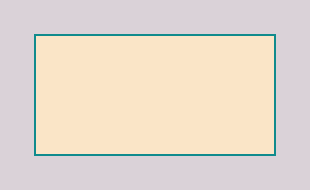
The draw.io diagram 班会发言稿.drawio in cyq2022/drawio, before the edit. Source tidied: cells renumbered, new cells numbered last; positions are measured from the earlier drawing's top-left corner, leaving out a move shared by most shapes. Both pictures are drawn from the tidied source at 200%, with x=0, y=0 at pixel (34, 34).
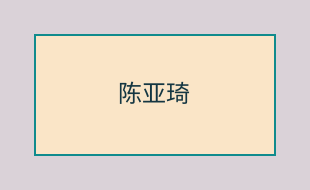
After the change.

Commit message (it also covers changes not shown here):
更新班会发言稿.drawio

Change to the diagram source:
```diff
@@
 <mxGraphModel background="#DAD2D8">
   <root>
     <mxCell id="0" />
     <mxCell id="1" parent="0" />
-    <mxCell id="2" style="rounded=0;whiteSpace=wrap;html=1;fillColor=#FAE5C7;strokeColor=#0F8B8D;fontColor=#143642;" parent="1" vertex="1">
+    <mxCell id="2" value="陈亚琦" style="rounded=0;whiteSpace=wrap;html=1;fillColor=#FAE5C7;strokeColor=#0F8B8D;fontColor=#143642;" parent="1" vertex="1">
       <mxGeometry width="120" height="60" as="geometry" />
     </mxCell>
   </root>
 </mxGraphModel>
```
